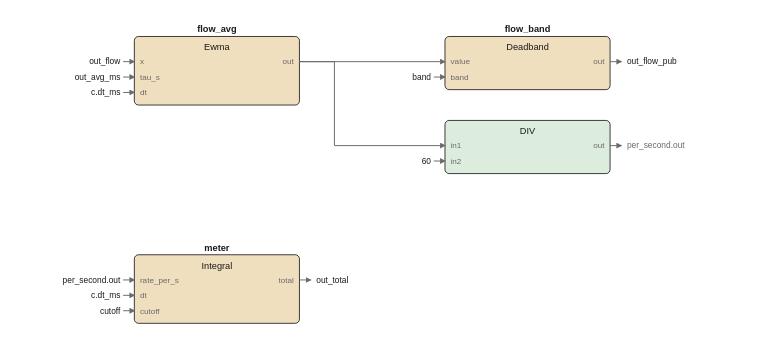
This is images/logic/irr_mtr_output_fbd.drawio.svg from pstch/botanik2, a draw.io export, as it was before one commit. Source tidied: cells renumbered, new cells last; positions are measured from the earlier drawing's top-left corner, leaving out a move shared by most shapes.
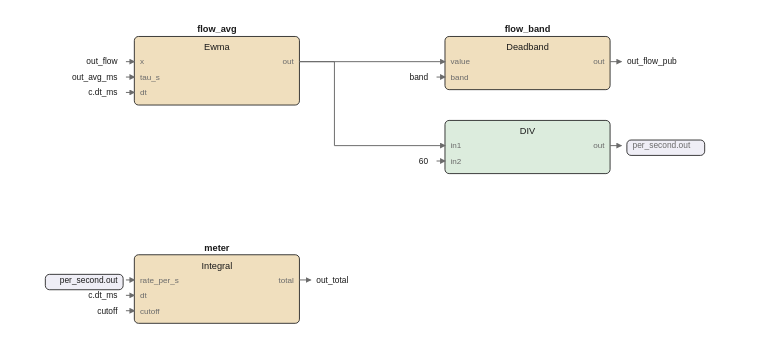
After the change.

Diff of the diagram source:
```diff
@@ -77,120 +77,110 @@
     <mxCell id="26" value="total" style="text;html=1;whiteSpace=nowrap;fontSize=6;fontColor=#6b6b6b;align=right;verticalAlign=middle;" parent="1" vertex="1">
       <mxGeometry x="154" y="179.7" width="20" height="9.8" as="geometry" />
     </mxCell>
-    <mxCell id="27" style="edgeStyle=none;html=1;strokeColor=#6b6b6b;endArrow=block;" parent="1" edge="1">
+    <mxCell id="27" style="edgeStyle=none;html=1;strokeColor=#6b6b6b;endArrow=block;exitX=1;exitY=0.4737;exitDx=0;exitDy=0;" parent="1" edge="1" source="9">
       <mxGeometry relative="1" as="geometry">
-        <mxPoint x="400" y="28" as="sourcePoint" />
         <mxPoint x="408" y="28" as="targetPoint" />
       </mxGeometry>
     </mxCell>
     <mxCell id="28" value="out_flow_pub" style="text;html=1;whiteSpace=nowrap;fontSize=6;fontColor=#1a1a1a;align=left;verticalAlign=middle;" parent="1" vertex="1">
       <mxGeometry x="412" y="23.5" width="43.6" height="10" as="geometry" />
     </mxCell>
-    <mxCell id="29" style="edgeStyle=none;html=1;strokeColor=#6b6b6b;endArrow=block;" parent="1" edge="1">
+    <mxCell id="29" style="edgeStyle=none;html=1;strokeColor=#6b6b6b;endArrow=block;exitX=1;exitY=0.3673;exitDx=0;exitDy=0;" parent="1" edge="1" source="20">
       <mxGeometry relative="1" as="geometry">
-        <mxPoint x="178" y="184" as="sourcePoint" />
         <mxPoint x="186" y="184" as="targetPoint" />
       </mxGeometry>
     </mxCell>
     <mxCell id="30" value="out_total" style="text;html=1;whiteSpace=nowrap;fontSize=6;fontColor=#1a1a1a;align=left;verticalAlign=middle;" parent="1" vertex="1">
       <mxGeometry x="190" y="179.5" width="33.7" height="10" as="geometry" />
     </mxCell>
-    <mxCell id="31" style="edgeStyle=none;html=1;strokeColor=#6b6b6b;endArrow=block;" parent="1" edge="1">
+    <mxCell id="31" style="edgeStyle=none;html=1;strokeColor=#6b6b6b;endArrow=block;exitX=1;exitY=0.4737;exitDx=0;exitDy=0;" parent="1" edge="1" source="15">
       <mxGeometry relative="1" as="geometry">
-        <mxPoint x="400" y="88" as="sourcePoint" />
         <mxPoint x="408" y="88" as="targetPoint" />
       </mxGeometry>
     </mxCell>
-    <mxCell id="32" value="per_second.out" style="text;html=1;whiteSpace=nowrap;fontSize=6;fontColor=#6b6b6b;align=left;verticalAlign=middle;" parent="1" vertex="1">
-      <mxGeometry x="412" y="83.5" width="50.2" height="10" as="geometry" />
+    <mxCell id="32" style="rounded=1;fillColor=#efeef6;strokeColor=#1a1a1a;whiteSpace=wrap;html=1;fontSize=8;" parent="1" vertex="1">
+      <mxGeometry x="412" y="84" width="55.6" height="11" as="geometry" />
     </mxCell>
-    <mxCell id="33" style="edgeStyle=none;html=1;strokeColor=#6b6b6b;endArrow=block;" parent="1" edge="1">
-      <mxGeometry relative="1" as="geometry">
-        <mxPoint x="178" y="28" as="sourcePoint" />
-        <mxPoint x="282" y="28" as="targetPoint" />
-      </mxGeometry>
-    </mxCell>
+    <mxCell id="45" value="per_second.out" style="text;html=1;whiteSpace=nowrap;fontSize=6;fontColor=#6b6b6b;align=left;verticalAlign=middle;" parent="1" vertex="1">
+      <mxGeometry x="416" y="83.5" width="50.2" height="10" as="geometry" />
+    </mxCell>
-    <mxCell id="34" style="edgeStyle=none;html=1;strokeColor=#6b6b6b;endArrow=block;" parent="1" edge="1">
-      <mxGeometry relative="1" as="geometry">
-        <mxPoint x="178" y="28" as="sourcePoint" />
-        <mxPoint x="282" y="88" as="targetPoint" />
-        <Array as="points">
-          <mxPoint x="203" y="28" />
-          <mxPoint x="203" y="88" />
-        </Array>
-      </mxGeometry>
+    <mxCell id="34" style="edgeStyle=none;html=1;strokeColor=#6b6b6b;endArrow=block;exitX=1;exitY=0.3673;exitDx=0;exitDy=0;entryX=0;entryY=0.4737;entryDx=0;entryDy=0;" parent="1" edge="1" source="2" target="9">
+      <mxGeometry relative="1" as="geometry" />
     </mxCell>
+    <mxCell id="51" style="edgeStyle=none;html=1;strokeColor=#6b6b6b;endArrow=block;exitX=1;exitY=0.3673;exitDx=0;exitDy=0;entryX=0;entryY=0.4737;entryDx=0;entryDy=0;" parent="1" edge="1" source="2" target="15">
+      <mxGeometry relative="1" as="geometry">
+        <Array as="points">
+          <mxPoint x="203" y="28" />
+          <mxPoint x="203" y="88" />
+        </Array>
+      </mxGeometry>
+    </mxCell>
     <mxCell id="35" value="out_flow" style="text;html=1;whiteSpace=nowrap;fontSize=6;fontColor=#1a1a1a;align=right;verticalAlign=middle;" parent="1" vertex="1">
-      <mxGeometry x="19.6" y="23.5" width="30.4" height="10" as="geometry" />
+      <mxGeometry x="17.6" y="23.5" width="30.4" height="10" as="geometry" />
     </mxCell>
-    <mxCell id="36" style="edgeStyle=none;html=1;strokeColor=#6b6b6b;endArrow=block;" parent="1" edge="1">
-      <mxGeometry relative="1" as="geometry">
-        <mxPoint x="52" y="28" as="sourcePoint" />
-        <mxPoint x="60" y="28" as="targetPoint" />
-      </mxGeometry>
-    </mxCell>
+    <mxCell id="52" style="edgeStyle=none;html=1;strokeColor=#6b6b6b;endArrow=block;entryX=0;entryY=0.3673;entryDx=0;entryDy=0;" parent="1" edge="1" target="2">
+      <mxGeometry relative="1" as="geometry">
+        <mxPoint x="54" y="28" as="sourcePoint" />
+      </mxGeometry>
+    </mxCell>
     <mxCell id="37" value="out_avg_ms" style="text;html=1;whiteSpace=nowrap;fontSize=6;fontColor=#1a1a1a;align=right;verticalAlign=middle;" parent="1" vertex="1">
-      <mxGeometry x="13" y="34.5" width="37" height="10" as="geometry" />
+      <mxGeometry x="11" y="34.5" width="37" height="10" as="geometry" />
     </mxCell>
-    <mxCell id="38" style="edgeStyle=none;html=1;strokeColor=#6b6b6b;endArrow=block;" parent="1" edge="1">
-      <mxGeometry relative="1" as="geometry">
-        <mxPoint x="52" y="39" as="sourcePoint" />
-        <mxPoint x="60" y="39" as="targetPoint" />
-      </mxGeometry>
-    </mxCell>
+    <mxCell id="53" style="edgeStyle=none;html=1;strokeColor=#6b6b6b;endArrow=block;entryX=0;entryY=0.5918;entryDx=0;entryDy=0;" parent="1" edge="1" target="2">
+      <mxGeometry relative="1" as="geometry">
+        <mxPoint x="54" y="39" as="sourcePoint" />
+      </mxGeometry>
+    </mxCell>
     <mxCell id="39" value="c.dt_ms" style="text;html=1;whiteSpace=nowrap;fontSize=6;fontColor=#1a1a1a;align=right;verticalAlign=middle;" parent="1" vertex="1">
-      <mxGeometry x="22.9" y="45.5" width="27.1" height="10" as="geometry" />
+      <mxGeometry x="20.9" y="45.5" width="27.1" height="10" as="geometry" />
     </mxCell>
-    <mxCell id="40" style="edgeStyle=none;html=1;strokeColor=#6b6b6b;endArrow=block;" parent="1" edge="1">
-      <mxGeometry relative="1" as="geometry">
-        <mxPoint x="52" y="50" as="sourcePoint" />
-        <mxPoint x="60" y="50" as="targetPoint" />
-      </mxGeometry>
-    </mxCell>
+    <mxCell id="54" style="edgeStyle=none;html=1;strokeColor=#6b6b6b;endArrow=block;entryX=0;entryY=0.8163;entryDx=0;entryDy=0;" parent="1" edge="1" target="2">
+      <mxGeometry relative="1" as="geometry">
+        <mxPoint x="54" y="50" as="sourcePoint" />
+      </mxGeometry>
+    </mxCell>
     <mxCell id="41" value="band" style="text;html=1;whiteSpace=nowrap;fontSize=6;fontColor=#1a1a1a;align=right;verticalAlign=middle;" parent="1" vertex="1">
-      <mxGeometry x="252" y="34.5" width="20" height="10" as="geometry" />
+      <mxGeometry x="250" y="34.5" width="20" height="10" as="geometry" />
     </mxCell>
-    <mxCell id="42" style="edgeStyle=none;html=1;strokeColor=#6b6b6b;endArrow=block;" parent="1" edge="1">
-      <mxGeometry relative="1" as="geometry">
-        <mxPoint x="274" y="39" as="sourcePoint" />
-        <mxPoint x="282" y="39" as="targetPoint" />
-      </mxGeometry>
-    </mxCell>
+    <mxCell id="55" style="edgeStyle=none;html=1;strokeColor=#6b6b6b;endArrow=block;entryX=0;entryY=0.7632;entryDx=0;entryDy=0;" parent="1" edge="1" target="9">
+      <mxGeometry relative="1" as="geometry">
+        <mxPoint x="276" y="39" as="sourcePoint" />
+      </mxGeometry>
+    </mxCell>
     <mxCell id="43" value="60" style="text;html=1;whiteSpace=nowrap;fontSize=6;fontColor=#1a1a1a;align=right;verticalAlign=middle;" parent="1" vertex="1">
-      <mxGeometry x="252" y="94.5" width="20" height="10" as="geometry" />
+      <mxGeometry x="250" y="94.5" width="20" height="10" as="geometry" />
     </mxCell>
-    <mxCell id="44" style="edgeStyle=none;html=1;strokeColor=#6b6b6b;endArrow=block;" parent="1" edge="1">
-      <mxGeometry relative="1" as="geometry">
-        <mxPoint x="274" y="99" as="sourcePoint" />
-        <mxPoint x="282" y="99" as="targetPoint" />
-      </mxGeometry>
-    </mxCell>
-    <mxCell id="45" value="per_second.out" style="text;html=1;whiteSpace=nowrap;fontSize=6;fontColor=#1a1a1a;align=right;verticalAlign=middle;" parent="1" vertex="1">
-      <mxGeometry x="-0.2" y="179.5" width="50.2" height="10" as="geometry" />
-    </mxCell>
-    <mxCell id="46" style="edgeStyle=none;html=1;strokeColor=#6b6b6b;endArrow=block;" parent="1" edge="1">
-      <mxGeometry relative="1" as="geometry">
-        <mxPoint x="52" y="184" as="sourcePoint" />
-        <mxPoint x="60" y="184" as="targetPoint" />
-      </mxGeometry>
-    </mxCell>
+    <mxCell id="56" style="edgeStyle=none;html=1;strokeColor=#6b6b6b;endArrow=block;entryX=0;entryY=0.7632;entryDx=0;entryDy=0;" parent="1" edge="1" target="15">
+      <mxGeometry relative="1" as="geometry">
+        <mxPoint x="276" y="99" as="sourcePoint" />
+      </mxGeometry>
+    </mxCell>
+    <mxCell id="57" style="rounded=1;fillColor=#efeef6;strokeColor=#1a1a1a;whiteSpace=wrap;html=1;fontSize=8;" parent="1" vertex="1">
+      <mxGeometry x="-3.6" y="180" width="55.6" height="11" as="geometry" />
+    </mxCell>
-    <mxCell id="47" value="c.dt_ms" style="text;html=1;whiteSpace=nowrap;fontSize=6;fontColor=#1a1a1a;align=right;verticalAlign=middle;" parent="1" vertex="1">
-      <mxGeometry x="22.9" y="190.5" width="27.1" height="10" as="geometry" />
+    <mxCell id="47" value="per_second.out" style="text;html=1;whiteSpace=nowrap;fontSize=6;fontColor=#1a1a1a;align=right;verticalAlign=middle;" parent="1" vertex="1">
+      <mxGeometry x="-2.2" y="179.5" width="50.2" height="10" as="geometry" />
     </mxCell>
-    <mxCell id="48" style="edgeStyle=none;html=1;strokeColor=#6b6b6b;endArrow=block;" parent="1" edge="1">
+    <mxCell id="48" style="edgeStyle=none;html=1;strokeColor=#6b6b6b;endArrow=block;entryX=0;entryY=0.3673;entryDx=0;entryDy=0;" parent="1" edge="1" target="20">
       <mxGeometry relative="1" as="geometry">
-        <mxPoint x="52" y="195" as="sourcePoint" />
-        <mxPoint x="60" y="195" as="targetPoint" />
+        <mxPoint x="54" y="184" as="sourcePoint" />
       </mxGeometry>
     </mxCell>
-    <mxCell id="49" value="cutoff" style="text;html=1;whiteSpace=nowrap;fontSize=6;fontColor=#1a1a1a;align=right;verticalAlign=middle;" parent="1" vertex="1">
-      <mxGeometry x="26.2" y="201.5" width="23.8" height="10" as="geometry" />
+    <mxCell id="49" value="c.dt_ms" style="text;html=1;whiteSpace=nowrap;fontSize=6;fontColor=#1a1a1a;align=right;verticalAlign=middle;" parent="1" vertex="1">
+      <mxGeometry x="20.9" y="190.5" width="27.1" height="10" as="geometry" />
     </mxCell>
-    <mxCell id="50" style="edgeStyle=none;html=1;strokeColor=#6b6b6b;endArrow=block;" parent="1" edge="1">
+    <mxCell id="50" style="edgeStyle=none;html=1;strokeColor=#6b6b6b;endArrow=block;entryX=0;entryY=0.5918;entryDx=0;entryDy=0;" parent="1" edge="1" target="20">
       <mxGeometry relative="1" as="geometry">
-        <mxPoint x="52" y="206" as="sourcePoint" />
-        <mxPoint x="60" y="206" as="targetPoint" />
+        <mxPoint x="54" y="195" as="sourcePoint" />
       </mxGeometry>
     </mxCell>
+    <mxCell id="58" value="cutoff" style="text;html=1;whiteSpace=nowrap;fontSize=6;fontColor=#1a1a1a;align=right;verticalAlign=middle;" parent="1" vertex="1">
+      <mxGeometry x="24.2" y="201.5" width="23.8" height="10" as="geometry" />
+    </mxCell>
+    <mxCell id="59" style="edgeStyle=none;html=1;strokeColor=#6b6b6b;endArrow=block;entryX=0;entryY=0.8163;entryDx=0;entryDy=0;" parent="1" edge="1" target="20">
+      <mxGeometry relative="1" as="geometry">
+        <mxPoint x="54" y="206" as="sourcePoint" />
+      </mxGeometry>
+    </mxCell>
   </root>
 </mxGraphModel>
```
